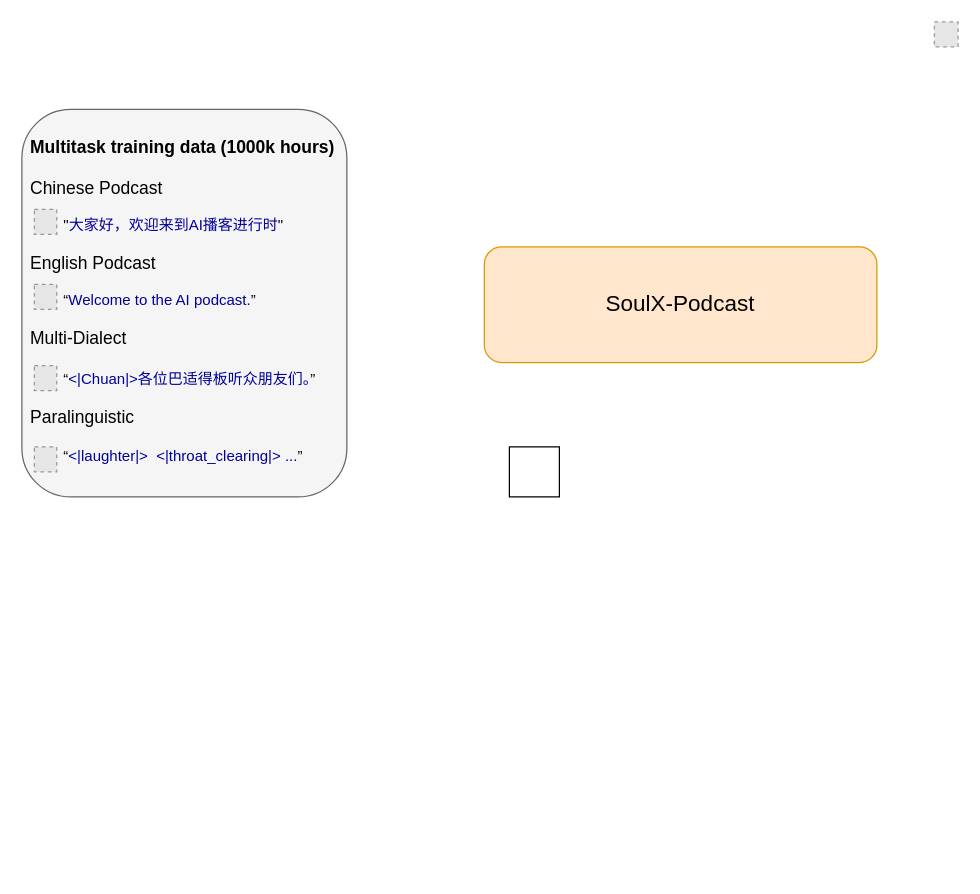
The draw.io diagram soulxpodcast.drawio in tiamojames/DialoSpeech, before the edit. Source tidied: cells renumbered, new cells numbered last; positions are measured from the earlier drawing's top-left corner, leaving out a move shared by most shapes. Both pictures are drawn from the tidied source at 125%, with x=0, y=0 at pixel (21, 21). Pictures stored in the file or linked from it are replaced by grey dashed boxes.
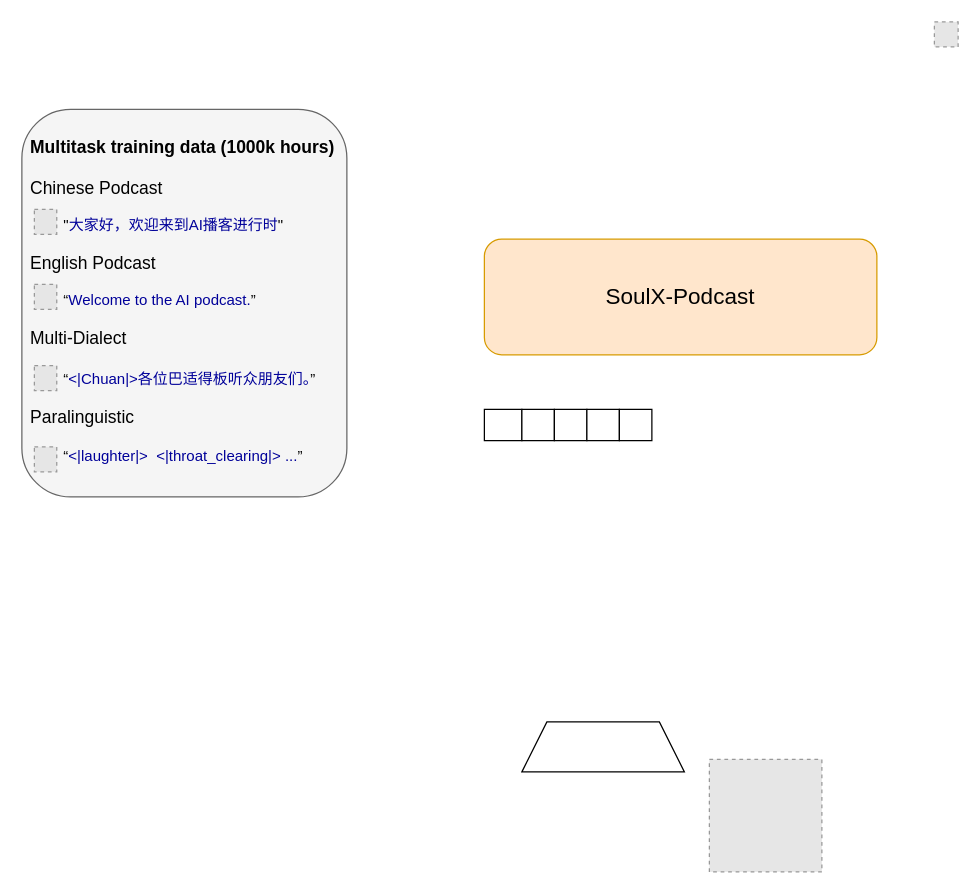
Above is the later version.

Change to the diagram source:
```diff
@@
 <mxGraphModel>
   <root>
     <mxCell id="0" />
     <mxCell id="1" parent="0" />
     <mxCell id="2" value="&lt;div&gt;&lt;br&gt;&lt;/div&gt;" style="rounded=1;whiteSpace=wrap;html=1;fillColor=#f5f5f5;fontColor=#333333;strokeColor=#666666;" parent="1" vertex="1">
       <mxGeometry y="70" width="260" height="310" as="geometry" />
     </mxCell>
     <mxCell id="3" value="&lt;font style=&quot;forced-color-adjust: none; font-size: 14px;&quot;&gt;&lt;div style=&quot;forced-color-adjust: none;&quot;&gt;&lt;font style=&quot;forced-color-adjust: none; font-size: 14px;&quot;&gt;&lt;br style=&quot;forced-color-adjust: none;&quot;&gt;&lt;/font&gt;&lt;/div&gt;&lt;/font&gt;&lt;h2&gt;&lt;font style=&quot;forced-color-adjust: none; font-size: 14px;&quot;&gt;Multitask training data (1000k hours)&lt;/font&gt;&lt;/h2&gt;&lt;div style=&quot;forced-color-adjust: none;&quot;&gt;&lt;font style=&quot;font-size: 14px;&quot;&gt;Chinese Podcast&lt;/font&gt;&lt;/div&gt;&lt;div style=&quot;forced-color-adjust: none;&quot;&gt;&amp;nbsp; &amp;nbsp; &amp;nbsp;&amp;nbsp;&lt;/div&gt;&lt;div style=&quot;forced-color-adjust: none;&quot;&gt;&lt;span style=&quot;white-space: pre;&quot;&gt;&#9;&lt;/span&gt;&quot;&lt;font style=&quot;color: rgb(0, 0, 153);&quot;&gt;&lt;span style=&quot;background-color: transparent;&quot;&gt;大家好，&lt;/span&gt;&lt;span style=&quot;background-color: transparent;&quot;&gt;欢迎来到AI播客进行时&lt;/span&gt;&lt;/font&gt;&lt;span style=&quot;background-color: transparent; color: light-dark(rgb(0, 0, 0), rgb(255, 255, 255));&quot;&gt;&quot;&lt;/span&gt;&lt;span style=&quot;background-color: transparent; color: light-dark(rgb(0, 0, 0), rgb(255, 255, 255));&quot;&gt;&amp;nbsp;&amp;nbsp;&lt;/span&gt;&lt;/div&gt;&lt;div style=&quot;forced-color-adjust: none;&quot;&gt;&lt;br style=&quot;forced-color-adjust: none;&quot;&gt;&lt;font style=&quot;font-size: 14px;&quot;&gt;English Podcast&lt;/font&gt;&lt;/div&gt;&lt;div style=&quot;forced-color-adjust: none;&quot;&gt;&lt;br&gt;&lt;/div&gt;&lt;div style=&quot;forced-color-adjust: none;&quot;&gt;&lt;span style=&quot;white-space: pre;&quot;&gt;&#9;&lt;/span&gt;“&lt;span style=&quot;background-color: transparent;&quot;&gt;&lt;font style=&quot;color: light-dark(rgb(0, 0, 153), rgb(255, 255, 255));&quot;&gt;Welcome to the AI podcast.&lt;/font&gt;&lt;/span&gt;&lt;span style=&quot;background-color: transparent; color: light-dark(rgb(0, 0, 0), rgb(255, 255, 255));&quot;&gt;”&lt;/span&gt;&lt;/div&gt;&lt;div style=&quot;forced-color-adjust: none;&quot;&gt;&lt;span style=&quot;background-color: transparent; color: light-dark(rgb(0, 0, 0), rgb(255, 255, 255));&quot;&gt;&lt;br&gt;&lt;/span&gt;&lt;/div&gt;&lt;div style=&quot;forced-color-adjust: none;&quot;&gt;&lt;font style=&quot;font-size: 14px;&quot;&gt;Multi-Dialect&lt;/font&gt;&lt;/div&gt;&lt;div style=&quot;forced-color-adjust: none;&quot;&gt;&lt;font style=&quot;font-size: 14px;&quot;&gt;&lt;br&gt;&lt;/font&gt;&lt;/div&gt;&lt;div style=&quot;forced-color-adjust: none;&quot;&gt;&lt;span style=&quot;white-space: pre;&quot;&gt;&#9;&lt;/span&gt;“&lt;font style=&quot;color: rgb(0, 0, 153);&quot;&gt;&amp;lt;|Chuan|&amp;gt;各位巴适得板听众朋友们。&lt;/font&gt;”&lt;br&gt;&lt;/div&gt;&lt;div style=&quot;forced-color-adjust: none;&quot;&gt;&lt;br&gt;&lt;/div&gt;&lt;div style=&quot;forced-color-adjust: none;&quot;&gt;&lt;font style=&quot;font-size: 14px;&quot;&gt;Paralinguistic&lt;/font&gt;&lt;/div&gt;&lt;div style=&quot;forced-color-adjust: none;&quot;&gt;&lt;font style=&quot;font-size: 14px;&quot;&gt;&lt;br&gt;&lt;/font&gt;&lt;/div&gt;&lt;div style=&quot;forced-color-adjust: none;&quot;&gt;&lt;span style=&quot;white-space: pre;&quot;&gt;&#9;&lt;/span&gt;“&lt;font style=&quot;color: rgb(0, 0, 153);&quot;&gt;&amp;lt;|laughter|&amp;gt;&amp;nbsp; &amp;lt;|throat_clearing|&amp;gt; ...&lt;/font&gt;”&lt;br style=&quot;forced-color-adjust: none;&quot;&gt;&lt;/div&gt;&lt;div style=&quot;forced-color-adjust: none;&quot;&gt;&lt;br style=&quot;forced-color-adjust: none;&quot;&gt;&lt;/div&gt;&lt;div style=&quot;forced-color-adjust: none;&quot;&gt;&lt;font style=&quot;forced-color-adjust: none; font-size: 14px;&quot;&gt;&lt;br style=&quot;forced-color-adjust: none;&quot;&gt;&lt;/font&gt;&lt;/div&gt;&lt;div style=&quot;forced-color-adjust: none;&quot;&gt;&lt;font style=&quot;forced-color-adjust: none; font-size: 14px;&quot;&gt;&lt;br style=&quot;forced-color-adjust: none;&quot;&gt;&lt;/font&gt;&lt;/div&gt;&lt;div style=&quot;forced-color-adjust: none;&quot;&gt;&lt;font style=&quot;forced-color-adjust: none; font-size: 14px;&quot;&gt;&lt;br style=&quot;forced-color-adjust: none;&quot;&gt;&lt;/font&gt;&lt;/div&gt;&lt;div style=&quot;forced-color-adjust: none;&quot;&gt;&lt;font style=&quot;forced-color-adjust: none; font-size: 14px;&quot;&gt;&lt;br style=&quot;forced-color-adjust: none;&quot;&gt;&lt;/font&gt;&lt;/div&gt;&lt;div style=&quot;forced-color-adjust: none;&quot;&gt;&lt;font style=&quot;forced-color-adjust: none; font-size: 14px;&quot;&gt;&lt;br style=&quot;forced-color-adjust: none;&quot;&gt;&lt;/font&gt;&lt;/div&gt;&lt;div style=&quot;forced-color-adjust: none;&quot;&gt;&lt;font style=&quot;forced-color-adjust: none; font-size: 14px;&quot;&gt;&lt;br style=&quot;forced-color-adjust: none;&quot;&gt;&lt;/font&gt;&lt;/div&gt;&lt;div style=&quot;forced-color-adjust: none;&quot;&gt;&lt;font style=&quot;forced-color-adjust: none; font-size: 14px;&quot;&gt;&lt;br style=&quot;forced-color-adjust: none;&quot;&gt;&lt;/font&gt;&lt;/div&gt;&lt;div style=&quot;forced-color-adjust: none;&quot;&gt;&lt;font style=&quot;forced-color-adjust: none; font-size: 14px;&quot;&gt;&lt;br style=&quot;forced-color-adjust: none;&quot;&gt;&lt;/font&gt;&lt;/div&gt;&lt;div style=&quot;forced-color-adjust: none;&quot;&gt;&lt;font style=&quot;forced-color-adjust: none; font-size: 14px;&quot;&gt;&lt;br style=&quot;forced-color-adjust: none;&quot;&gt;&lt;/font&gt;&lt;/div&gt;&lt;div style=&quot;forced-color-adjust: none;&quot;&gt;&lt;font style=&quot;forced-color-adjust: none; font-size: 14px;&quot;&gt;&lt;br style=&quot;forced-color-adjust: none;&quot;&gt;&lt;/font&gt;&lt;/div&gt;&lt;div style=&quot;forced-color-adjust: none;&quot;&gt;&lt;font style=&quot;forced-color-adjust: none; font-size: 14px;&quot;&gt;&lt;br style=&quot;forced-color-adjust: none;&quot;&gt;&lt;/font&gt;&lt;/div&gt;&lt;div style=&quot;forced-color-adjust: none;&quot;&gt;&lt;font style=&quot;forced-color-adjust: none; font-size: 14px;&quot;&gt;&lt;br style=&quot;forced-color-adjust: none;&quot;&gt;&lt;/font&gt;&lt;/div&gt;&lt;div style=&quot;forced-color-adjust: none;&quot;&gt;&lt;font style=&quot;forced-color-adjust: none; font-size: 14px;&quot;&gt;&lt;br style=&quot;forced-color-adjust: none;&quot;&gt;&lt;/font&gt;&lt;/div&gt;&lt;div style=&quot;forced-color-adjust: none;&quot;&gt;&lt;br style=&quot;forced-color-adjust: none; color: rgb(51, 51, 51); font-family: Helvetica; font-size: 12px; font-style: normal; font-variant-ligatures: normal; font-variant-caps: normal; font-weight: 400; letter-spacing: normal; orphans: 2; text-align: center; text-indent: 0px; text-transform: none; widows: 2; word-spacing: 0px; -webkit-text-stroke-width: 0px; white-space: normal; background-color: rgb(236, 236, 236); text-decoration-thickness: initial; text-decoration-style: initial; text-decoration-color: initial;&quot;&gt;&lt;/div&gt;" style="text;whiteSpace=wrap;html=1;" parent="1" vertex="1">
       <mxGeometry x="5" y="50" width="250" height="340" as="geometry" />
     </mxCell>
     <mxCell id="4" style="fillColor=#E6E6E6;strokeColor=#999999;dashed=1;verticalLabelPosition=bottom;labelBackgroundColor=default;verticalAlign=top;" parent="1" vertex="1">
       <mxGeometry x="730" width="19" height="20" as="geometry" />
     </mxCell>
     <mxCell id="5" style="fillColor=#E6E6E6;strokeColor=#999999;dashed=1;verticalLabelPosition=bottom;labelBackgroundColor=default;verticalAlign=top;" parent="1" vertex="1">
       <mxGeometry x="10" y="150" width="17.9" height="20" as="geometry" />
     </mxCell>
     <mxCell id="6" style="fillColor=#E6E6E6;strokeColor=#999999;dashed=1;verticalLabelPosition=bottom;labelBackgroundColor=default;verticalAlign=top;" parent="1" vertex="1">
       <mxGeometry x="10" y="275" width="17.9" height="20" as="geometry" />
     </mxCell>
     <mxCell id="7" style="fillColor=#E6E6E6;strokeColor=#999999;dashed=1;verticalLabelPosition=bottom;labelBackgroundColor=default;verticalAlign=top;" parent="1" vertex="1">
       <mxGeometry x="10" y="210" width="17.9" height="20" as="geometry" />
     </mxCell>
     <mxCell id="8" style="fillColor=#E6E6E6;strokeColor=#999999;dashed=1;verticalLabelPosition=bottom;labelBackgroundColor=default;verticalAlign=top;" parent="1" vertex="1">
       <mxGeometry x="10" y="340" width="17.9" height="20" as="geometry" />
     </mxCell>
     <mxCell id="9" value="&lt;font style=&quot;font-size: 18px;&quot;&gt;SoulX-Podcast&lt;/font&gt;" style="rounded=1;whiteSpace=wrap;html=1;fillColor=#ffe6cc;strokeColor=#d79b00;" parent="1" vertex="1">
-      <mxGeometry x="370" y="180" width="314" height="92.5" as="geometry" />
+      <mxGeometry x="370" y="173.8" width="314" height="92.5" as="geometry" />
     </mxCell>
     <mxCell id="10" style="rounded=0;whiteSpace=wrap;html=1;" parent="1" vertex="1">
-      <mxGeometry x="390" y="340" width="40" height="40" as="geometry" />
+      <mxGeometry x="370" y="310" width="30" height="25" as="geometry" />
     </mxCell>
+    <mxCell id="11" style="shape=trapezoid;perimeter=trapezoidPerimeter;whiteSpace=wrap;html=1;fixedSize=1;" parent="1" vertex="1">
+      <mxGeometry x="400" y="560" width="130" height="40" as="geometry" />
+    </mxCell>
+    <mxCell id="12" style="fillColor=#E6E6E6;strokeColor=#999999;dashed=1;verticalLabelPosition=bottom;labelBackgroundColor=default;verticalAlign=top;" parent="1" vertex="1">
+      <mxGeometry x="550" y="590" width="90" height="90" as="geometry" />
+    </mxCell>
+    <mxCell id="13" style="rounded=0;whiteSpace=wrap;html=1;" parent="1" vertex="1">
+      <mxGeometry x="400" y="310" width="26" height="25" as="geometry" />
+    </mxCell>
+    <mxCell id="14" style="rounded=0;whiteSpace=wrap;html=1;" parent="1" vertex="1">
+      <mxGeometry x="426" y="310" width="26" height="25" as="geometry" />
+    </mxCell>
+    <mxCell id="15" style="rounded=0;whiteSpace=wrap;html=1;" parent="1" vertex="1">
+      <mxGeometry x="452" y="310" width="26" height="25" as="geometry" />
+    </mxCell>
+    <mxCell id="16" style="rounded=0;whiteSpace=wrap;html=1;" parent="1" vertex="1">
+      <mxGeometry x="478" y="310" width="26" height="25" as="geometry" />
+    </mxCell>
   </root>
 </mxGraphModel>
```
